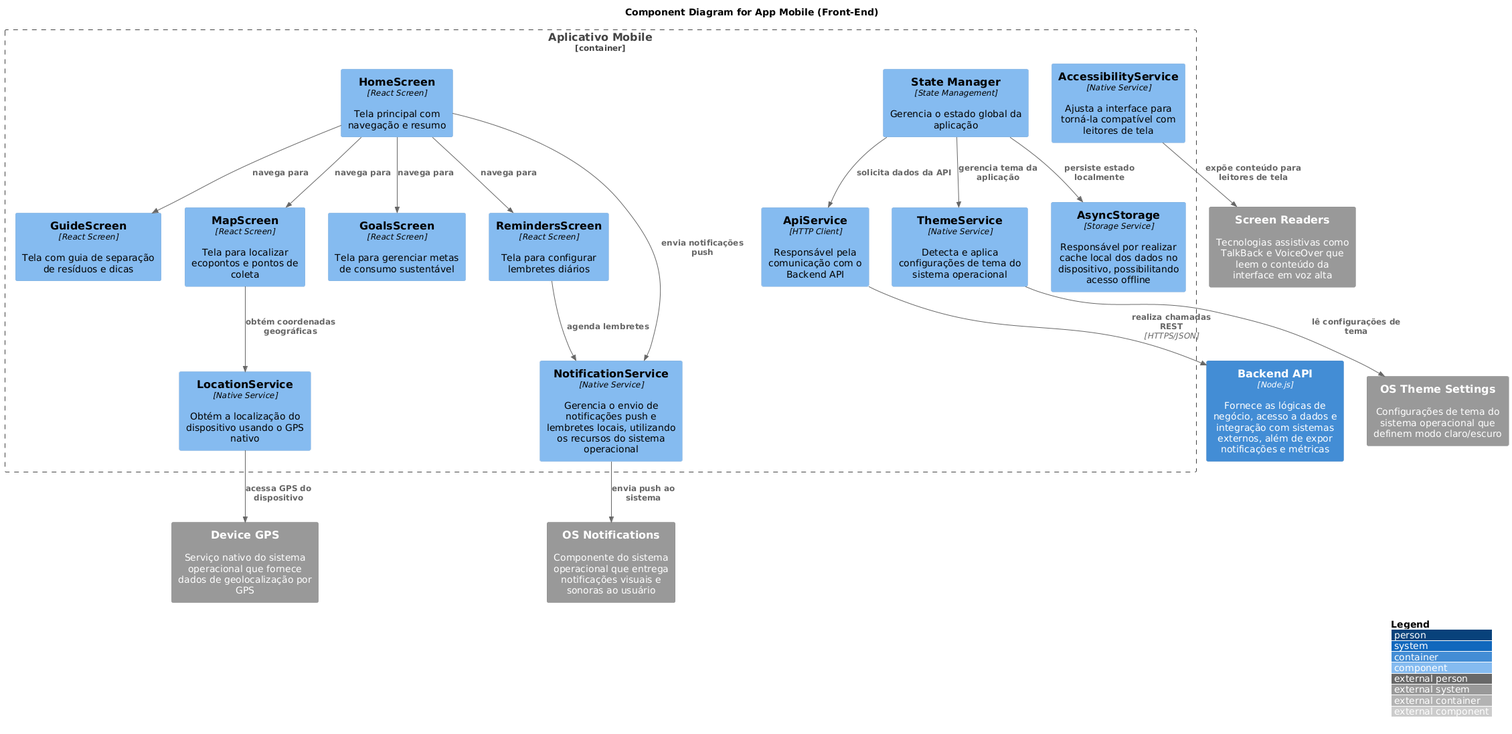
The PlantUML diagram trabalho_final/diagramas/imagens/frontend_components.png in gilmarUFG/as_es_20251_g9, before a commit.
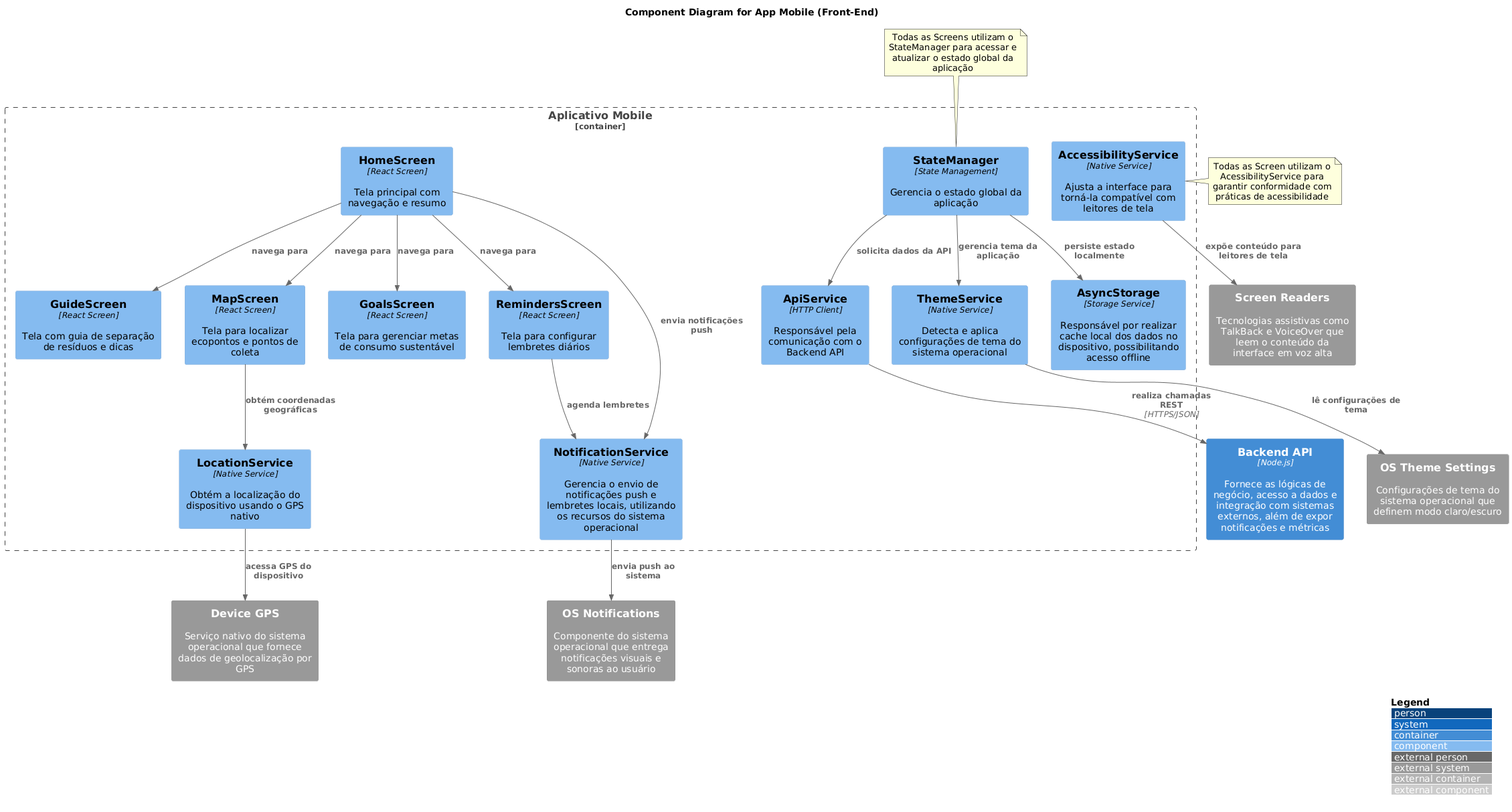
The same diagram one commit later.

Commit message:
Updated documentation and added notes to the frontend component diagram

What changed in the source:
```diff
@@ -19,7 +19,7 @@
     Component(accessibilityService, "AccessibilityService", "Native Service", "Ajusta a interface para torná-la compatível com leitores de tela")
     Component(localStorage, "AsyncStorage", "Storage Service", "Responsável por realizar cache local dos dados no dispositivo, possibilitando acesso offline")
     Component(themeService, "ThemeService", "Native Service", "Detecta e aplica configurações de tema do sistema operacional")
-    Component(stateManager, "State Manager", "State Management", "Gerencia o estado global da aplicação")
+    Component(stateManager, "StateManager", "State Management", "Gerencia o estado global da aplicação")
 }
 
 Container(backendAPI, "Backend API", "Node.js", "Fornece as lógicas de negócio, acesso a dados e integração com sistemas externos, além de expor notificações e métricas")
@@ -47,4 +47,11 @@
 Rel(notificationService, osNotifications, "envia push ao sistema")
 Rel(accessibilityService, screenReaders, "expõe conteúdo para leitores de tela")
 
+note top of stateManager
+Todas as Screens utilizam o StateManager para acessar e atualizar o estado global da aplicação
+end note
+
+note right of accessibilityService
+Todas as Screen utilizam o AcessibilityService para garantir conformidade com práticas de acessibilidade
+end note
 @enduml
```
